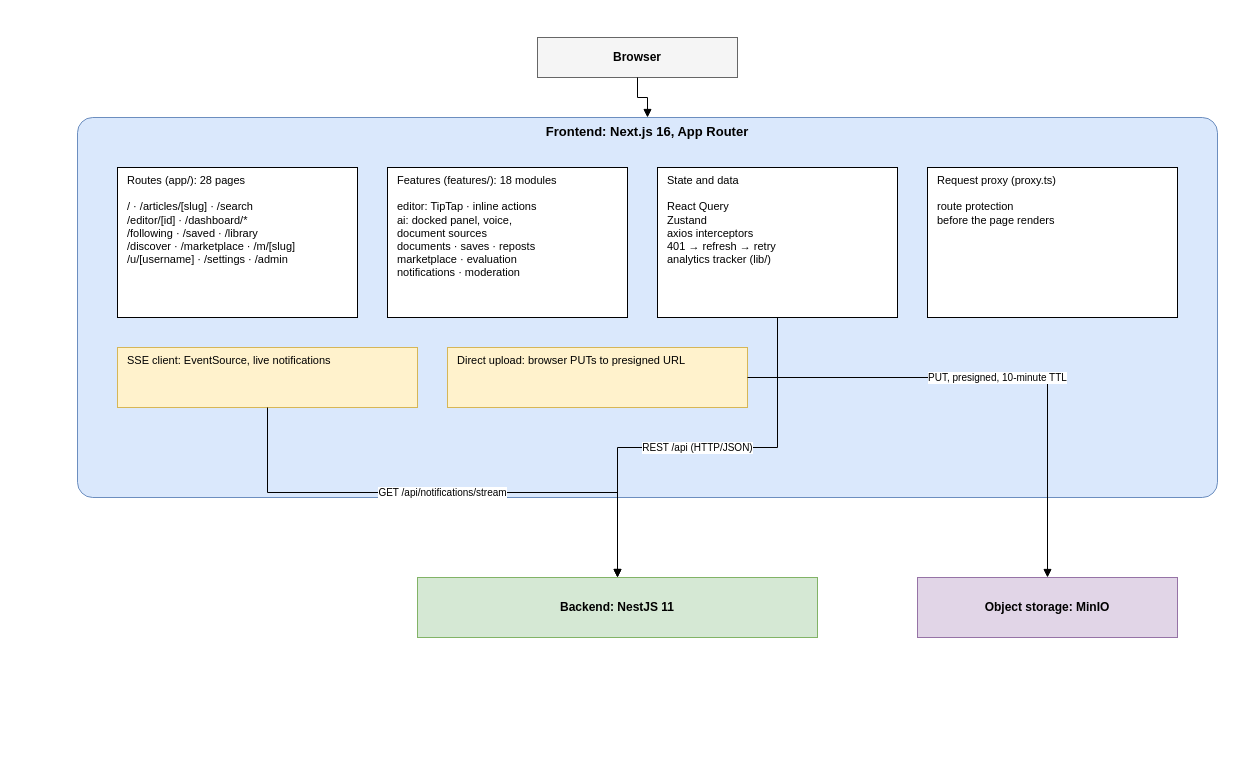
This is diagrams/fig-3-1-architecture-frontend/fig-3-1-architecture-frontend.drawio from inkwell-dev/spec.inkwell.ai, a draw.io file, before an edit. Source tidied: cells renumbered, new cells numbered last; positions are measured from the earlier drawing's top-left corner, leaving out a move shared by most shapes. Both pictures are drawn from the tidied source at 100%, with x=0, y=0 at pixel (77, 37).
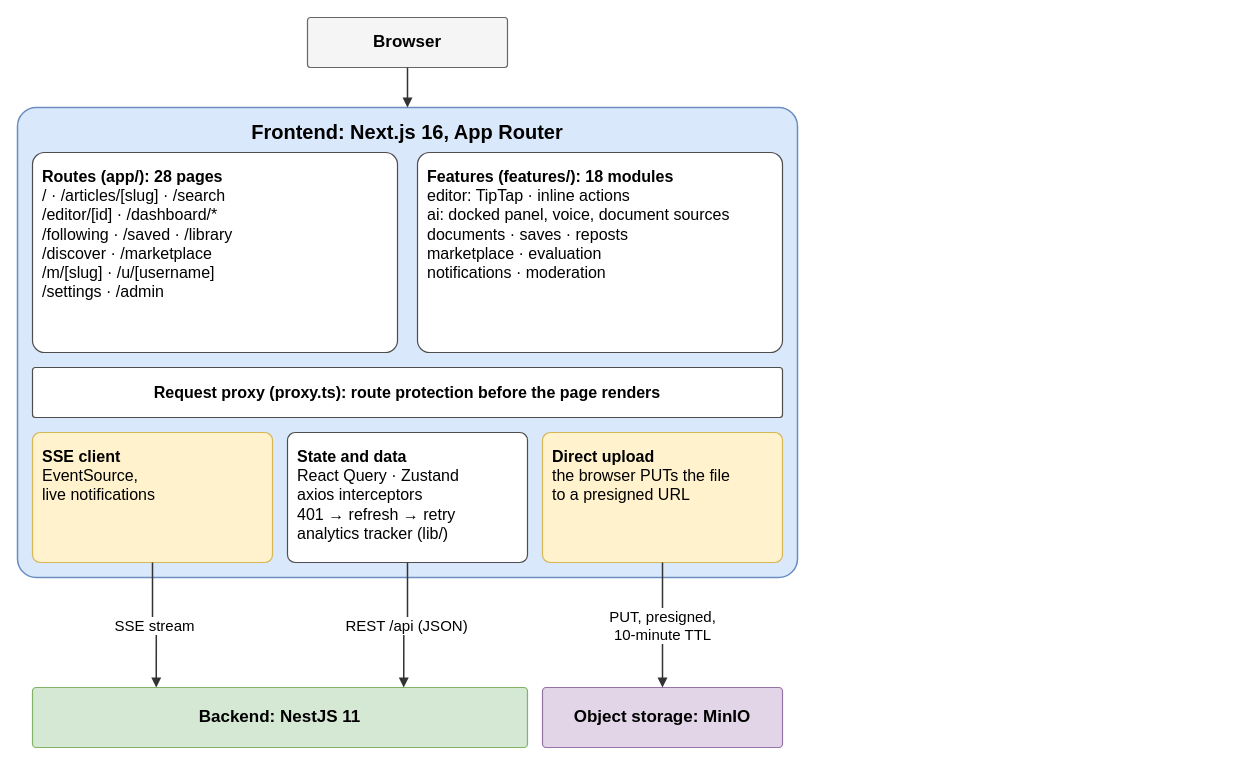
The same diagram, later.

What changed in the source:
```diff
@@
 <mxGraphModel>
   <root>
     <mxCell id="0" />
     <mxCell id="1" parent="0" />
-    <mxCell id="2" value="Browser" style="rounded=0;whiteSpace=wrap;html=1;fontStyle=1;fontSize=12;fillColor=#F5F5F5;strokeColor=#666666;" parent="1" vertex="1">
-      <mxGeometry x="460" width="200" height="40" as="geometry" />
+    <mxCell id="2" value="&lt;b&gt;Browser&lt;/b&gt;" style="rounded=1;arcSize=6;whiteSpace=wrap;html=1;align=center;verticalAlign=middle;spacing=10;fillColor=#f5f5f5;strokeColor=#666666;strokeWidth=1.2;fontSize=17;fontFamily=Helvetica;" parent="1" vertex="1">
+      <mxGeometry x="230" y="-20" width="200" height="50" as="geometry" />
     </mxCell>
-    <mxCell id="3" value="Frontend: Next.js 16, App Router" style="rounded=1;whiteSpace=wrap;html=1;verticalAlign=top;fontStyle=1;fontSize=13;arcSize=4;fillColor=#DAE8FC;strokeColor=#6C8EBF;" parent="1" vertex="1">
-      <mxGeometry y="80" width="1140" height="380" as="geometry" />
+    <mxCell id="3" value="Frontend: Next.js 16, App Router" style="rounded=1;arcSize=4;whiteSpace=wrap;html=1;verticalAlign=top;align=center;fillColor=#dae8fc;strokeColor=#6c8ebf;strokeWidth=1.5;fontStyle=1;fontSize=20;spacingTop=6;fontFamily=Helvetica;" parent="1" vertex="1">
+      <mxGeometry x="-60" y="70" width="780" height="470" as="geometry" />
     </mxCell>
-    <mxCell id="4" value="Routes (app/): 28 pages&lt;br&gt;&lt;br&gt;/ · /articles/[slug] · /search&lt;br&gt;/editor/[id] · /dashboard/*&lt;br&gt;/following · /saved · /library&lt;br&gt;/discover · /marketplace · /m/[slug]&lt;br&gt;/u/[username] · /settings · /admin" style="rounded=0;whiteSpace=wrap;html=1;verticalAlign=top;align=left;spacingLeft=8;fontSize=11;fillColor=#FFFFFF;strokeColor=#000000;" parent="1" vertex="1">
-      <mxGeometry x="40" y="130" width="240" height="150" as="geometry" />
-    </mxCell>
+    <mxCell id="16" value="&lt;b&gt;Routes (app/): 28 pages&lt;/b&gt;&lt;br&gt;/ · /articles/[slug] · /search&lt;br&gt;/editor/[id] · /dashboard/*&lt;br&gt;/following · /saved · /library&lt;br&gt;/discover · /marketplace&lt;br&gt;/m/[slug] · /u/[username]&lt;br&gt;/settings · /admin" style="rounded=1;arcSize=6;whiteSpace=wrap;html=1;align=left;verticalAlign=top;spacing=10;fillColor=#ffffff;strokeColor=#4d4d4d;strokeWidth=1.2;fontSize=16;fontFamily=Helvetica;" parent="1" vertex="1">
+      <mxGeometry x="-45" y="115" width="365" height="200" as="geometry" />
+    </mxCell>
-    <mxCell id="5" value="Features (features/): 18 modules&lt;br&gt;&lt;br&gt;editor: TipTap · inline actions&lt;br&gt;ai: docked panel, voice,&lt;br&gt;document sources&lt;br&gt;documents · saves · reposts&lt;br&gt;marketplace · evaluation&lt;br&gt;notifications · moderation" style="rounded=0;whiteSpace=wrap;html=1;verticalAlign=top;align=left;spacingLeft=8;fontSize=11;fillColor=#FFFFFF;strokeColor=#000000;" parent="1" vertex="1">
-      <mxGeometry x="310" y="130" width="240" height="150" as="geometry" />
+    <mxCell id="5" value="&lt;b&gt;Features (features/): 18 modules&lt;/b&gt;&lt;br&gt;editor: TipTap · inline actions&lt;br&gt;ai: docked panel, voice, document sources&lt;br&gt;documents · saves · reposts&lt;br&gt;marketplace · evaluation&lt;br&gt;notifications · moderation" style="rounded=1;arcSize=6;whiteSpace=wrap;html=1;align=left;verticalAlign=top;spacing=10;fillColor=#ffffff;strokeColor=#4d4d4d;strokeWidth=1.2;fontSize=16;fontFamily=Helvetica;" parent="1" vertex="1">
+      <mxGeometry x="340" y="115" width="365" height="200" as="geometry" />
     </mxCell>
-    <mxCell id="6" value="State and data&lt;br&gt;&lt;br&gt;React Query&lt;br&gt;Zustand&lt;br&gt;axios interceptors&lt;br&gt;401 → refresh → retry&lt;br&gt;analytics tracker (lib/)" style="rounded=0;whiteSpace=wrap;html=1;verticalAlign=top;align=left;spacingLeft=8;fontSize=11;fillColor=#FFFFFF;strokeColor=#000000;" parent="1" vertex="1">
-      <mxGeometry x="580" y="130" width="240" height="150" as="geometry" />
-    </mxCell>
-    <mxCell id="7" value="Request proxy (proxy.ts)&lt;br&gt;&lt;br&gt;route protection&lt;br&gt;before the page renders" style="rounded=0;whiteSpace=wrap;html=1;verticalAlign=top;align=left;spacingLeft=8;fontSize=11;fillColor=#FFFFFF;strokeColor=#000000;" parent="1" vertex="1">
-      <mxGeometry x="850" y="130" width="250" height="150" as="geometry" />
-    </mxCell>
-    <mxCell id="8" value="SSE client: EventSource, live notifications" style="rounded=0;whiteSpace=wrap;html=1;verticalAlign=top;align=left;spacingLeft=8;fontSize=11;fillColor=#FFF2CC;strokeColor=#D6B656;" parent="1" vertex="1">
-      <mxGeometry x="40" y="310" width="300" height="60" as="geometry" />
-    </mxCell>
-    <mxCell id="9" value="Direct upload: browser PUTs to presigned URL" style="rounded=0;whiteSpace=wrap;html=1;verticalAlign=top;align=left;spacingLeft=8;fontSize=11;fillColor=#FFF2CC;strokeColor=#D6B656;" parent="1" vertex="1">
-      <mxGeometry x="370" y="310" width="300" height="60" as="geometry" />
-    </mxCell>
+    <mxCell id="17" value="&lt;b&gt;Request proxy (proxy.ts): route protection before the page renders&lt;/b&gt;" style="rounded=1;arcSize=6;whiteSpace=wrap;html=1;align=center;verticalAlign=middle;spacing=10;fillColor=#ffffff;strokeColor=#4d4d4d;strokeWidth=1.2;fontSize=16;fontFamily=Helvetica;" parent="1" vertex="1">
+      <mxGeometry x="-45" y="330" width="750" height="50" as="geometry" />
+    </mxCell>
+    <mxCell id="18" value="&lt;b&gt;SSE client&lt;/b&gt;&lt;br&gt;EventSource,&lt;br&gt;live notifications" style="rounded=1;arcSize=6;whiteSpace=wrap;html=1;align=left;verticalAlign=top;spacing=10;fillColor=#fff2cc;strokeColor=#d6b656;strokeWidth=1.2;fontSize=16;fontFamily=Helvetica;" parent="1" vertex="1">
+      <mxGeometry x="-45" y="395" width="240" height="130" as="geometry" />
+    </mxCell>
+    <mxCell id="19" value="&lt;b&gt;State and data&lt;/b&gt;&lt;br&gt;React Query · Zustand&lt;br&gt;axios interceptors&lt;br&gt;401 → refresh → retry&lt;br&gt;analytics tracker (lib/)" style="rounded=1;arcSize=6;whiteSpace=wrap;html=1;align=left;verticalAlign=top;spacing=10;fillColor=#ffffff;strokeColor=#4d4d4d;strokeWidth=1.2;fontSize=16;fontFamily=Helvetica;" parent="1" vertex="1">
+      <mxGeometry x="210" y="395" width="240" height="130" as="geometry" />
+    </mxCell>
+    <mxCell id="20" value="&lt;b&gt;Direct upload&lt;/b&gt;&lt;br&gt;the browser PUTs the file&lt;br&gt;to a presigned URL" style="rounded=1;arcSize=6;whiteSpace=wrap;html=1;align=left;verticalAlign=top;spacing=10;fillColor=#fff2cc;strokeColor=#d6b656;strokeWidth=1.2;fontSize=16;fontFamily=Helvetica;" parent="1" vertex="1">
+      <mxGeometry x="465" y="395" width="240" height="130" as="geometry" />
+    </mxCell>
-    <mxCell id="10" value="Backend: NestJS 11" style="rounded=0;whiteSpace=wrap;html=1;fontStyle=1;fontSize=12;fillColor=#D5E8D4;strokeColor=#82B366;" parent="1" vertex="1">
-      <mxGeometry x="340" y="540" width="400" height="60" as="geometry" />
+    <mxCell id="10" value="&lt;b&gt;Backend: NestJS 11&lt;/b&gt;" style="rounded=1;arcSize=6;whiteSpace=wrap;html=1;align=center;verticalAlign=middle;spacing=10;fillColor=#d5e8d4;strokeColor=#82b366;strokeWidth=1.2;fontSize=17;fontFamily=Helvetica;" parent="1" vertex="1">
+      <mxGeometry x="-45" y="650" width="495" height="60" as="geometry" />
     </mxCell>
-    <mxCell id="11" value="Object storage: MinIO" style="rounded=0;whiteSpace=wrap;html=1;fontStyle=1;fontSize=12;fillColor=#E1D5E7;strokeColor=#9673A6;" parent="1" vertex="1">
-      <mxGeometry x="840" y="540" width="260" height="60" as="geometry" />
+    <mxCell id="11" value="&lt;b&gt;Object storage: MinIO&lt;/b&gt;" style="rounded=1;arcSize=6;whiteSpace=wrap;html=1;align=center;verticalAlign=middle;spacing=10;fillColor=#e1d5e7;strokeColor=#9673a6;strokeWidth=1.2;fontSize=17;fontFamily=Helvetica;" parent="1" vertex="1">
+      <mxGeometry x="465" y="650" width="240" height="60" as="geometry" />
     </mxCell>
-    <mxCell id="12" style="edgeStyle=orthogonalEdgeStyle;rounded=0;html=1;endArrow=block;endFill=1;fontSize=10;labelBackgroundColor=#FFFFFF;exitX=0.5;exitY=1;exitDx=0;exitDy=0;entryX=0.5;entryY=0;entryDx=0;entryDy=0;" parent="1" edge="1" source="2" target="3">
+    <mxCell id="12" style="edgeStyle=orthogonalEdgeStyle;rounded=0;html=1;endArrow=block;endFill=1;strokeWidth=1.5;strokeColor=#333333;jumpStyle=arc;jumpSize=10;fontSize=15;labelBackgroundColor=#ffffff;fontFamily=Helvetica;exitX=0.5;exitY=1;exitDx=0;exitDy=0;entryX=0.5;entryY=0;entryDx=0;entryDy=0;" parent="1" edge="1" source="2" target="3">
       <mxGeometry relative="1" as="geometry" />
     </mxCell>
-    <mxCell id="13" value="REST /api (HTTP/JSON)" style="edgeStyle=orthogonalEdgeStyle;rounded=0;html=1;endArrow=block;endFill=1;fontSize=10;labelBackgroundColor=#FFFFFF;exitX=0.5;exitY=1;exitDx=0;exitDy=0;entryX=0.5;entryY=0;entryDx=0;entryDy=0;" parent="1" edge="1" source="6" target="10">
-      <mxGeometry relative="1" as="geometry" />
-    </mxCell>
-    <mxCell id="14" value="GET /api/notifications/stream" style="edgeStyle=orthogonalEdgeStyle;rounded=0;html=1;endArrow=block;endFill=1;fontSize=10;labelBackgroundColor=#FFFFFF;exitX=0.5;exitY=1;exitDx=0;exitDy=0;entryX=0.5;entryY=0;entryDx=0;entryDy=0;" parent="1" edge="1" source="8" target="10">
-      <mxGeometry relative="1" as="geometry" />
-    </mxCell>
+    <mxCell id="21" value="SSE stream" style="edgeStyle=orthogonalEdgeStyle;rounded=0;html=1;endArrow=block;endFill=1;strokeWidth=1.5;strokeColor=#333333;jumpStyle=arc;jumpSize=10;fontSize=15;labelBackgroundColor=#ffffff;fontFamily=Helvetica;exitX=0.5;exitY=1;exitDx=0;exitDy=0;entryX=0.25;entryY=0;entryDx=0;entryDy=0;" parent="1" edge="1" source="18" target="10">
+      <mxGeometry relative="1" as="geometry" />
+    </mxCell>
+    <mxCell id="22" value="REST /api (JSON)" style="edgeStyle=orthogonalEdgeStyle;rounded=0;html=1;endArrow=block;endFill=1;strokeWidth=1.5;strokeColor=#333333;jumpStyle=arc;jumpSize=10;fontSize=15;labelBackgroundColor=#ffffff;fontFamily=Helvetica;exitX=0.5;exitY=1;exitDx=0;exitDy=0;entryX=0.75;entryY=0;entryDx=0;entryDy=0;" parent="1" edge="1" source="19" target="10">
+      <mxGeometry relative="1" as="geometry" />
+    </mxCell>
-    <mxCell id="15" value="PUT, presigned, 10-minute TTL" style="edgeStyle=orthogonalEdgeStyle;rounded=0;html=1;endArrow=block;endFill=1;fontSize=10;labelBackgroundColor=#FFFFFF;exitX=1;exitY=0.5;exitDx=0;exitDy=0;entryX=0.5;entryY=0;entryDx=0;entryDy=0;" parent="1" edge="1" source="9" target="11">
+    <mxCell id="15" value="PUT, presigned,&lt;br&gt;10-minute TTL" style="edgeStyle=orthogonalEdgeStyle;rounded=0;html=1;endArrow=block;endFill=1;strokeWidth=1.5;strokeColor=#333333;jumpStyle=arc;jumpSize=10;fontSize=15;labelBackgroundColor=#ffffff;fontFamily=Helvetica;exitX=0.5;exitY=1;exitDx=0;exitDy=0;entryX=0.5;entryY=0;entryDx=0;entryDy=0;" parent="1" edge="1" source="20" target="11">
       <mxGeometry relative="1" as="geometry" />
     </mxCell>
   </root>
 </mxGraphModel>
```
